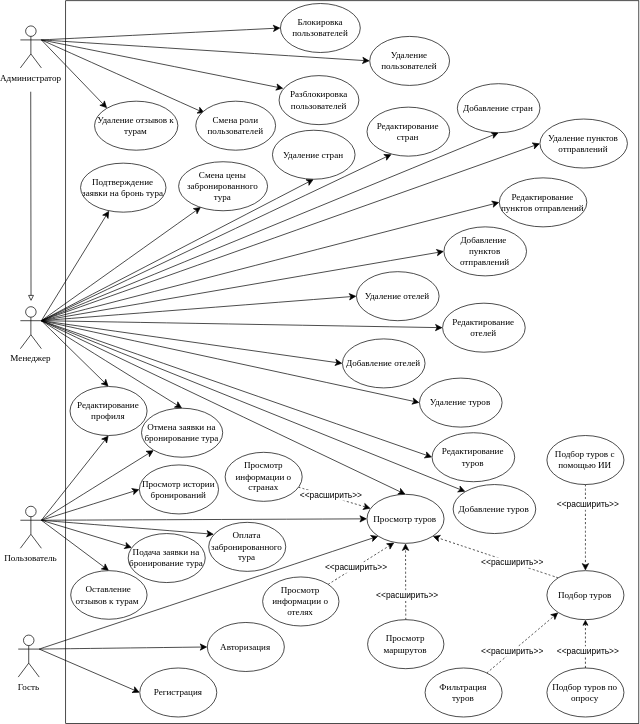
Earlier version of the draw.io export Документы на диплом/Графическая часть/svg/use-case.svg (IlyhaDmi28/WorldTours). Source tidied: cells renumbered, new cells last; positions are measured from the earlier drawing's top-left corner, leaving out a move shared by most shapes.
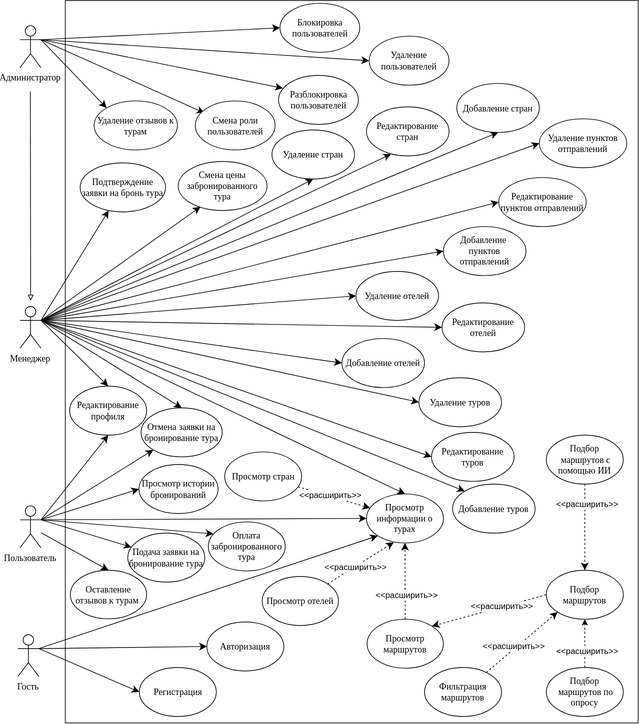
The same diagram one commit later.

The edit, as a diff of the source:
```diff
@@ -14,12 +14,9 @@
     <mxCell id="5" style="edgeStyle=none;curved=1;rounded=0;jettySize=auto;html=1;entryX=0;entryY=1;entryDx=0;entryDy=0;fontSize=12;startSize=8;endSize=8;endArrow=classic;startFill=0;exitX=1;exitY=0.3333333333333333;exitDx=0;exitDy=0;exitPerimeter=0;endFill=1;" parent="1" edge="1" source="6" target="77">
       <mxGeometry relative="1" as="geometry" />
     </mxCell>
-    <mxCell id="6" value="Гость" style="shape=umlActor;verticalLabelPosition=bottom;verticalAlign=top;html=1;outlineConnect=0;fontFamily=Times New Roman;fontSize=13;" parent="1" vertex="1">
+    <mxCell id="6" value="Гость" style="shape=umlActor;verticalLabelPosition=bottom;verticalAlign=top;html=1;outlineConnect=0;fontFamily=Times New Roman;fontSize=13;whiteSpace=wrap;" parent="1" vertex="1">
       <mxGeometry x="39" y="902" width="30" height="60" as="geometry" />
     </mxCell>
-    <mxCell id="7" style="edgeStyle=none;shape=connector;rounded=0;jettySize=auto;html=1;labelBackgroundColor=default;strokeColor=default;align=center;verticalAlign=middle;fontFamily=Helvetica;fontSize=11;fontColor=default;endArrow=classic;endFill=1;entryX=0.5;entryY=0;entryDx=0;entryDy=0;exitX=1;exitY=0.3333333333333333;exitDx=0;exitDy=0;exitPerimeter=0;endSize=8;startSize=8;" parent="1" edge="1" source="14" target="18">
-      <mxGeometry relative="1" as="geometry" />
-    </mxCell>
     <mxCell id="8" style="edgeStyle=none;shape=connector;rounded=0;jettySize=auto;html=1;labelBackgroundColor=default;strokeColor=default;align=center;verticalAlign=middle;fontFamily=Helvetica;fontSize=11;fontColor=default;endArrow=classic;endFill=1;exitX=1;exitY=0.3333333333333333;exitDx=0;exitDy=0;exitPerimeter=0;endSize=8;startSize=8;" parent="1" edge="1" source="14" target="17">
       <mxGeometry relative="1" as="geometry" />
     </mxCell>
@@ -38,13 +35,16 @@
     <mxCell id="13" style="edgeStyle=none;curved=1;rounded=0;jettySize=auto;html=1;fontSize=12;startSize=8;endSize=8;endArrow=classic;startFill=0;entryX=0;entryY=0.5;entryDx=0;entryDy=0;exitX=1;exitY=0.3333333333333333;exitDx=0;exitDy=0;exitPerimeter=0;endFill=1;" parent="1" edge="1" source="14" target="87">
       <mxGeometry relative="1" as="geometry" />
     </mxCell>
+    <mxCell id="7" style="edgeStyle=none;curved=1;rounded=0;jettySize=auto;html=1;entryX=0.5;entryY=0;entryDx=0;entryDy=0;fontSize=12;startSize=8;endSize=8;" parent="1" edge="1" source="14" target="18">
+      <mxGeometry relative="1" as="geometry" />
+    </mxCell>
-    <mxCell id="14" value="Пользователь" style="shape=umlActor;verticalLabelPosition=bottom;verticalAlign=top;html=1;outlineConnect=0;fontFamily=Times New Roman;fontSize=13;" parent="1" vertex="1">
+    <mxCell id="14" value="Пользователь" style="shape=umlActor;verticalLabelPosition=bottom;verticalAlign=top;html=1;outlineConnect=0;fontFamily=Times New Roman;fontSize=13;whiteSpace=wrap;" parent="1" vertex="1">
       <mxGeometry x="42.1" y="718" width="30" height="60" as="geometry" />
     </mxCell>
     <mxCell id="15" style="rounded=0;jettySize=auto;html=1;exitX=0.5;exitY=0;exitDx=0;exitDy=0;dashed=1;endArrow=classic;endFill=1;entryX=0.5;entryY=1;entryDx=0;entryDy=0;" parent="1" edge="1" source="16" target="20">
       <mxGeometry relative="1" as="geometry" />
     </mxCell>
-    <mxCell id="16" value="&lt;span style=&quot;font-size: 13px;&quot;&gt;Подбор туров по опросу&lt;/span&gt;" style="ellipse;whiteSpace=wrap;html=1;fontFamily=Times New Roman;" parent="1" vertex="1">
+    <mxCell id="16" value="&lt;span style=&quot;font-size: 13px;&quot;&gt;Подбор&lt;br&gt;&amp;nbsp;маршрутов по опросу&lt;/span&gt;" style="ellipse;whiteSpace=wrap;html=1;fontFamily=Times New Roman;" parent="1" vertex="1">
       <mxGeometry x="794.1" y="949" width="110" height="70" as="geometry" />
     </mxCell>
     <mxCell id="17" value="Подача заявки на бронирование тура" style="ellipse;whiteSpace=wrap;html=1;fontFamily=Times New Roman;fontSize=13;" parent="1" vertex="1">
@@ -53,10 +53,10 @@
     <mxCell id="18" value="&lt;font&gt;Оставление отзывов к турам&amp;nbsp;&lt;/font&gt;" style="ellipse;whiteSpace=wrap;html=1;fontFamily=Times New Roman;fontSize=13;" parent="1" vertex="1">
       <mxGeometry x="114" y="810" width="109" height="69.4" as="geometry" />
     </mxCell>
-    <mxCell id="19" style="edgeStyle=none;curved=1;rounded=0;jettySize=auto;html=1;exitX=0;exitY=0;exitDx=0;exitDy=0;entryX=1;entryY=1;entryDx=0;entryDy=0;fontSize=12;startSize=8;endSize=8;dashed=1;" parent="1" edge="1" source="20" target="77">
+    <mxCell id="19" style="edgeStyle=none;curved=1;rounded=0;jettySize=auto;html=1;exitX=0;exitY=0.5;exitDx=0;exitDy=0;entryX=1;entryY=0;entryDx=0;entryDy=0;fontSize=12;startSize=8;endSize=8;dashed=1;" parent="1" edge="1" source="20" target="91">
       <mxGeometry relative="1" as="geometry" />
     </mxCell>
-    <mxCell id="20" value="&lt;span style=&quot;font-size: 13px;&quot;&gt;Подбор туров&lt;/span&gt;" style="ellipse;whiteSpace=wrap;html=1;fontFamily=Times New Roman;" parent="1" vertex="1">
+    <mxCell id="20" value="&lt;span style=&quot;font-size: 13px;&quot;&gt;Подбор&lt;/span&gt;&lt;div&gt;&lt;span style=&quot;font-size: 13px;&quot;&gt;маршрутов&lt;/span&gt;&lt;/div&gt;" style="ellipse;whiteSpace=wrap;html=1;fontFamily=Times New Roman;" parent="1" vertex="1">
       <mxGeometry x="794.1" y="810" width="110" height="70" as="geometry" />
     </mxCell>
     <mxCell id="21" style="edgeStyle=none;curved=1;rounded=0;jettySize=auto;html=1;entryX=0.251;entryY=0.925;entryDx=0;entryDy=0;fontSize=12;startSize=8;endSize=8;endArrow=classic;startFill=0;entryPerimeter=0;endFill=1;" parent="1" edge="1" target="55">
@@ -109,7 +109,7 @@
     <mxCell id="36" style="edgeStyle=none;curved=1;rounded=0;jettySize=auto;html=1;entryX=0;entryY=0;entryDx=0;entryDy=0;fontSize=12;startSize=8;endSize=8;endArrow=classic;startFill=0;exitX=1;exitY=0.3333333333333333;exitDx=0;exitDy=0;exitPerimeter=0;endFill=1;" parent="1" edge="1" source="37" target="66">
       <mxGeometry relative="1" as="geometry" />
     </mxCell>
-    <mxCell id="37" value="Менеджер" style="shape=umlActor;verticalLabelPosition=bottom;verticalAlign=top;html=1;outlineConnect=0;fontFamily=Times New Roman;fontSize=13;" parent="1" vertex="1">
+    <mxCell id="37" value="Менеджер" style="shape=umlActor;verticalLabelPosition=bottom;verticalAlign=top;html=1;outlineConnect=0;fontFamily=Times New Roman;fontSize=13;whiteSpace=wrap;" parent="1" vertex="1">
       <mxGeometry x="42.1" y="433" width="30" height="60" as="geometry" />
     </mxCell>
     <mxCell id="38" style="rounded=0;jettySize=auto;html=1;endArrow=none;endFill=1;entryX=1;entryY=0.3333333333333333;entryDx=0;entryDy=0;entryPerimeter=0;startArrow=classic;startFill=1;endSize=8;startSize=8;" parent="1" edge="1" source="39" target="37">
@@ -135,7 +135,7 @@
         <mxPoint x="305.5" y="156.6" as="targetPoint" />
       </mxGeometry>
     </mxCell>
-    <mxCell id="45" value="Администратор" style="shape=umlActor;verticalLabelPosition=bottom;verticalAlign=top;html=1;outlineConnect=0;fontFamily=Times New Roman;fontSize=13;" parent="1" vertex="1">
+    <mxCell id="45" value="Администратор" style="shape=umlActor;verticalLabelPosition=bottom;verticalAlign=top;html=1;outlineConnect=0;fontFamily=Times New Roman;fontSize=13;whiteSpace=wrap;" parent="1" vertex="1">
       <mxGeometry x="42.1" y="32" width="30" height="60" as="geometry" />
     </mxCell>
     <mxCell id="46" value="Удаление отзывов к турам" style="ellipse;whiteSpace=wrap;html=1;fontFamily=Times New Roman;fontSize=13;" parent="1" vertex="1">
@@ -192,7 +192,7 @@
     <mxCell id="59" value="Редактирование стран" style="ellipse;whiteSpace=wrap;html=1;fontFamily=Times New Roman;fontSize=13;" parent="1" vertex="1">
       <mxGeometry x="537.1" y="148" width="118" height="70" as="geometry" />
     </mxCell>
-    <mxCell id="60" value="Добавление&amp;nbsp;&lt;div&gt;пунктов отправлений&lt;/div&gt;" style="ellipse;whiteSpace=wrap;html=1;fontFamily=Times New Roman;fontSize=13;" parent="1" vertex="1">
+    <mxCell id="60" value="Добавление&amp;nbsp;&lt;br&gt;&lt;span style=&quot;background-color: transparent; color: light-dark(rgb(0, 0, 0), rgb(255, 255, 255));&quot;&gt;пунктов отправлений&lt;/span&gt;" style="ellipse;whiteSpace=wrap;html=1;fontFamily=Times New Roman;fontSize=13;" parent="1" vertex="1">
       <mxGeometry x="647" y="319" width="118" height="70" as="geometry" />
     </mxCell>
     <mxCell id="61" value="Добавление отелей" style="ellipse;whiteSpace=wrap;html=1;fontFamily=Times New Roman;fontSize=13;" parent="1" vertex="1">
@@ -222,28 +222,28 @@
     <mxCell id="69" style="edgeStyle=none;curved=1;rounded=0;jettySize=auto;html=1;fontSize=12;startSize=8;endSize=8;endArrow=classic;startFill=0;endFill=1;dashed=1;" parent="1" edge="1" source="70" target="77">
       <mxGeometry relative="1" as="geometry" />
     </mxCell>
-    <mxCell id="70" value="&lt;font style=&quot;font-size: 13px;&quot;&gt;Просмотр информации о странах&lt;/font&gt;" style="ellipse;whiteSpace=wrap;html=1;fontFamily=Times New Roman;" parent="1" vertex="1">
+    <mxCell id="70" value="&lt;font style=&quot;font-size: 13px;&quot;&gt;Просмотр стран&lt;/font&gt;" style="ellipse;whiteSpace=wrap;html=1;fontFamily=Times New Roman;" parent="1" vertex="1">
       <mxGeometry x="334.5" y="641" width="110" height="70" as="geometry" />
     </mxCell>
     <mxCell id="71" style="edgeStyle=none;curved=1;rounded=0;jettySize=auto;html=1;entryX=0.354;entryY=0.986;entryDx=0;entryDy=0;fontSize=12;startSize=8;endSize=8;dashed=1;entryPerimeter=0;" parent="1" edge="1" source="72" target="77">
       <mxGeometry relative="1" as="geometry" />
     </mxCell>
-    <mxCell id="72" value="&lt;font style=&quot;font-size: 13px;&quot;&gt;Просмотр информации о отелях&lt;/font&gt;" style="ellipse;whiteSpace=wrap;html=1;fontFamily=Times New Roman;" parent="1" vertex="1">
+    <mxCell id="72" value="&lt;font style=&quot;font-size: 13px;&quot;&gt;Просмотр отелей&lt;/font&gt;" style="ellipse;whiteSpace=wrap;html=1;fontFamily=Times New Roman;" parent="1" vertex="1">
       <mxGeometry x="388.1" y="819" width="109" height="70" as="geometry" />
     </mxCell>
     <mxCell id="73" style="edgeStyle=none;curved=1;rounded=0;jettySize=auto;html=1;fontSize=12;startSize=8;endSize=8;entryX=0;entryY=1;entryDx=0;entryDy=0;endArrow=classic;endFill=1;dashed=1;" parent="1" edge="1" source="74" target="20">
       <mxGeometry relative="1" as="geometry" />
     </mxCell>
-    <mxCell id="74" value="&lt;font style=&quot;font-size: 13px;&quot;&gt;Фильтрация&lt;/font&gt;&lt;div&gt;&lt;font style=&quot;font-size: 13px;&quot;&gt;туров&lt;/font&gt;&lt;/div&gt;" style="ellipse;whiteSpace=wrap;html=1;fontFamily=Times New Roman;" parent="1" vertex="1">
+    <mxCell id="74" value="&lt;font style=&quot;font-size: 13px;&quot;&gt;Фильтрация&lt;/font&gt;&lt;div&gt;&lt;font style=&quot;font-size: 13px;&quot;&gt;маршрутов&lt;/font&gt;&lt;/div&gt;" style="ellipse;whiteSpace=wrap;html=1;fontFamily=Times New Roman;" parent="1" vertex="1">
       <mxGeometry x="620.1" y="949" width="110" height="70" as="geometry" />
     </mxCell>
     <mxCell id="75" style="edgeStyle=none;curved=1;rounded=0;jettySize=auto;html=1;entryX=0.5;entryY=0;entryDx=0;entryDy=0;fontSize=12;startSize=8;endSize=8;endArrow=classic;endFill=1;dashed=1;" parent="1" edge="1" source="76" target="20">
       <mxGeometry relative="1" as="geometry" />
     </mxCell>
-    <mxCell id="76" value="&lt;font style=&quot;font-size: 13px;&quot;&gt;Подбор туров с помощью ИИ&lt;/font&gt;" style="ellipse;whiteSpace=wrap;html=1;fontFamily=Times New Roman;" parent="1" vertex="1">
+    <mxCell id="76" value="&lt;font style=&quot;font-size: 13px;&quot;&gt;Подбор&lt;br&gt;&amp;nbsp;маршрутов с помощью ИИ&lt;/font&gt;" style="ellipse;whiteSpace=wrap;html=1;fontFamily=Times New Roman;" parent="1" vertex="1">
       <mxGeometry x="794.1" y="617" width="110" height="70" as="geometry" />
     </mxCell>
-    <mxCell id="77" value="&lt;font style=&quot;font-size: 13px;&quot;&gt;Просмотр туров&lt;/font&gt;" style="ellipse;whiteSpace=wrap;html=1;fontFamily=Times New Roman;" parent="1" vertex="1">
+    <mxCell id="77" value="&lt;font style=&quot;font-size: 13px;&quot;&gt;Просмотр информации о турах&lt;/font&gt;" style="ellipse;whiteSpace=wrap;html=1;fontFamily=Times New Roman;" parent="1" vertex="1">
       <mxGeometry x="537.1" y="701" width="110" height="70" as="geometry" />
     </mxCell>
     <mxCell id="78" style="edgeStyle=none;curved=1;rounded=0;orthogonalLoop=1;jettySize=auto;html=1;exitX=0;exitY=0.5;exitDx=0;exitDy=0;fontSize=12;startSize=8;endSize=8;" parent="1" edge="1" source="67" target="67">
@@ -261,36 +261,36 @@
     <mxCell id="82" value="Разблокировка пользователей" style="ellipse;whiteSpace=wrap;html=1;fontFamily=Times New Roman;fontSize=13;" parent="1" vertex="1">
       <mxGeometry x="411.5" y="103" width="114" height="70" as="geometry" />
     </mxCell>
-    <mxCell id="83" value="&lt;font&gt;&amp;lt;&amp;lt;расширить&amp;gt;&amp;gt;&lt;/font&gt;" style="edgeLabel;html=1;align=center;verticalAlign=middle;fontSize=12;" parent="1" vertex="1">
+    <mxCell id="83" value="&lt;font&gt;&amp;lt;&amp;lt;расширить&amp;gt;&amp;gt;&lt;/font&gt;" style="edgeLabel;html=1;align=center;verticalAlign=middle;fontSize=12;whiteSpace=wrap;" parent="1" vertex="1">
       <mxGeometry x="788.6" y="724" as="geometry">
         <mxPoint x="64" y="-9" as="offset" />
       </mxGeometry>
     </mxCell>
-    <mxCell id="84" value="&lt;font&gt;&amp;lt;&amp;lt;расширить&amp;gt;&amp;gt;&lt;/font&gt;" style="edgeLabel;html=1;align=center;verticalAlign=middle;fontSize=12;" parent="1" vertex="1">
+    <mxCell id="84" value="&lt;font&gt;&amp;lt;&amp;lt;расширить&amp;gt;&amp;gt;&lt;/font&gt;" style="edgeLabel;html=1;align=center;verticalAlign=middle;fontSize=12;whiteSpace=wrap;" parent="1" vertex="1">
       <mxGeometry x="788.6" y="934" as="geometry">
         <mxPoint x="64" y="-9" as="offset" />
       </mxGeometry>
     </mxCell>
-    <mxCell id="85" value="&lt;font&gt;&amp;lt;&amp;lt;расширить&amp;gt;&amp;gt;&lt;/font&gt;" style="edgeLabel;html=1;align=center;verticalAlign=middle;fontSize=12;" parent="1" vertex="1">
-      <mxGeometry x="680.1" y="934" as="geometry">
+    <mxCell id="85" value="&lt;font&gt;&amp;lt;&amp;lt;расширить&amp;gt;&amp;gt;&lt;/font&gt;" style="edgeLabel;html=1;align=center;verticalAlign=middle;fontSize=12;whiteSpace=wrap;" parent="1" vertex="1">
+      <mxGeometry x="683" y="927" as="geometry">
         <mxPoint x="64" y="-9" as="offset" />
       </mxGeometry>
     </mxCell>
     <mxCell id="86" style="rounded=0;orthogonalLoop=1;jettySize=auto;html=1;endArrow=block;endFill=0;" parent="1" edge="1">
       <mxGeometry relative="1" as="geometry">
-        <mxPoint x="56.8" y="126" as="sourcePoint" />
+        <mxPoint x="56.9" y="126" as="sourcePoint" />
         <mxPoint x="57.3" y="425" as="targetPoint" />
       </mxGeometry>
     </mxCell>
     <mxCell id="87" value="Просмотр истории бронирований" style="ellipse;whiteSpace=wrap;html=1;fontFamily=Times New Roman;fontSize=13;" parent="1" vertex="1">
       <mxGeometry x="212.1" y="659" width="113" height="70" as="geometry" />
     </mxCell>
-    <mxCell id="88" value="&lt;font&gt;&amp;lt;&amp;lt;расширить&amp;gt;&amp;gt;&lt;/font&gt;" style="edgeLabel;html=1;align=center;verticalAlign=middle;fontSize=12;" parent="1" vertex="1">
+    <mxCell id="88" value="&lt;font&gt;&amp;lt;&amp;lt;расширить&amp;gt;&amp;gt;&lt;/font&gt;" style="edgeLabel;html=1;align=center;verticalAlign=middle;fontSize=12;whiteSpace=wrap;" parent="1" vertex="1">
       <mxGeometry x="421.1" y="711" as="geometry">
         <mxPoint x="64" y="-9" as="offset" />
       </mxGeometry>
     </mxCell>
-    <mxCell id="89" value="&lt;font&gt;&amp;lt;&amp;lt;расширить&amp;gt;&amp;gt;&lt;/font&gt;" style="edgeLabel;html=1;align=center;verticalAlign=middle;fontSize=12;" parent="1" vertex="1">
+    <mxCell id="89" value="&lt;font&gt;&amp;lt;&amp;lt;расширить&amp;gt;&amp;gt;&lt;/font&gt;" style="edgeLabel;html=1;align=center;verticalAlign=middle;fontSize=12;whiteSpace=wrap;" parent="1" vertex="1">
       <mxGeometry x="457.1" y="814" as="geometry">
         <mxPoint x="64" y="-9" as="offset" />
       </mxGeometry>
@@ -301,13 +301,13 @@
     <mxCell id="91" value="&lt;font style=&quot;font-size: 13px;&quot;&gt;Просмотр маршрутов&lt;/font&gt;" style="ellipse;whiteSpace=wrap;html=1;fontFamily=Times New Roman;" parent="1" vertex="1">
       <mxGeometry x="538" y="880" width="109" height="70" as="geometry" />
     </mxCell>
-    <mxCell id="92" value="&lt;font&gt;&amp;lt;&amp;lt;расширить&amp;gt;&amp;gt;&lt;/font&gt;" style="edgeLabel;html=1;align=center;verticalAlign=middle;fontSize=12;" parent="1" vertex="1">
+    <mxCell id="92" value="&lt;font&gt;&amp;lt;&amp;lt;расширить&amp;gt;&amp;gt;&lt;/font&gt;" style="edgeLabel;html=1;align=center;verticalAlign=middle;fontSize=12;whiteSpace=wrap;" parent="1" vertex="1">
       <mxGeometry x="530.1" y="854" as="geometry">
         <mxPoint x="64" y="-9" as="offset" />
       </mxGeometry>
     </mxCell>
-    <mxCell id="93" value="&lt;font&gt;&amp;lt;&amp;lt;расширить&amp;gt;&amp;gt;&lt;/font&gt;" style="edgeLabel;html=1;align=center;verticalAlign=middle;fontSize=12;" parent="1" vertex="1">
-      <mxGeometry x="680.1" y="807" as="geometry">
+    <mxCell id="93" value="&lt;font&gt;&amp;lt;&amp;lt;расширить&amp;gt;&amp;gt;&lt;/font&gt;" style="edgeLabel;html=1;align=center;verticalAlign=middle;fontSize=12;whiteSpace=wrap;" parent="1" vertex="1">
+      <mxGeometry x="666.1" y="870" as="geometry">
         <mxPoint x="64" y="-9" as="offset" />
       </mxGeometry>
     </mxCell>
```
